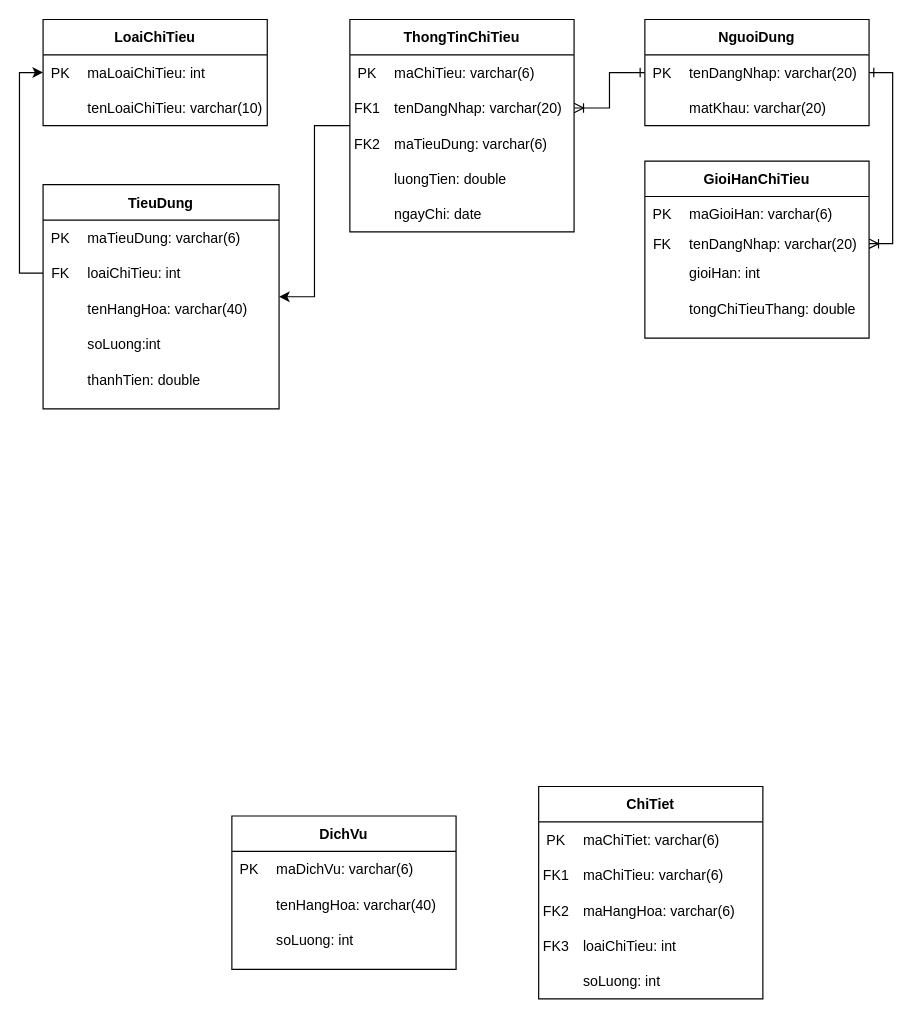
The draw.io diagram Diagrams/ERD.drawio in AkallHuynh/IS216.L21.HTCL-Java, before the edit. Source tidied: cells renumbered, new cells numbered last; positions are measured from the earlier drawing's top-left corner, leaving out a move shared by most shapes. Both pictures are drawn from the tidied source at 118%, with x=0, y=0 at pixel (19, 19).
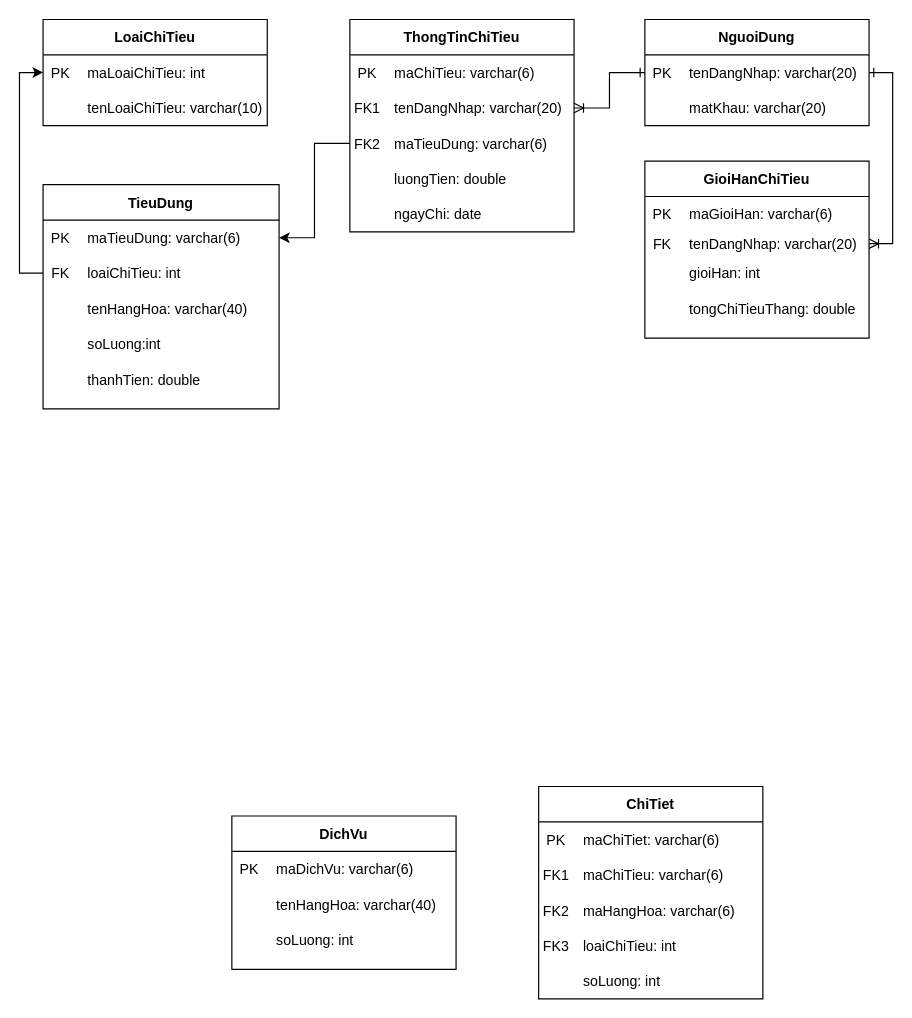
Above is the later version.

The change refers to these unchanged cells:
```xml
<mxCell id="3" value="ThongTinChiTieu" style="swimlane;fontStyle=1;horizontal=1;startSize=30;fillColor=#ffffff;swimlaneFillColor=#ffffff;" parent="1" vertex="1">
  <mxGeometry x="280" width="190" height="180" as="geometry" />
</mxCell>
<mxCell id="11" style="shape=partialRectangle;fillColor=none;top=0;left=0;bottom=0;right=0;points=[[0,0.5],[1,0.5]];portConstraint=eastwest;" parent="4" vertex="1">
  <mxGeometry y="60" width="190" height="30" as="geometry" />
</mxCell>
<mxCell id="34" value="TieuDung" style="swimlane;fontStyle=1;horizontal=1;startSize=30;fillColor=#ffffff;swimlaneFillColor=#ffffff;" parent="1" vertex="1">
  <mxGeometry x="20" y="140" width="200" height="190" as="geometry" />
</mxCell>
<mxCell id="36" style="shape=partialRectangle;fillColor=none;top=0;left=0;bottom=0;right=0;points=[[0,0.5],[1,0.5]];portConstraint=eastwest;" parent="35" vertex="1">
  <mxGeometry width="200" height="30" as="geometry" />
</mxCell>
```

Change to the diagram source:
```diff
@@
-    <mxCell id="2" style="edgeStyle=orthogonalEdgeStyle;rounded=0;jettySize=auto;html=1;" parent="1" edge="1" source="3" target="34">
-      <mxGeometry relative="1" as="geometry" />
+    <mxCell id="2" style="edgeStyle=orthogonalEdgeStyle;rounded=0;jettySize=auto;html=1;exitX=0;exitY=0.5;exitDx=0;exitDy=0;entryX=1;entryY=0.5;entryDx=0;entryDy=0;" parent="1" edge="1" source="11" target="36">
+      <mxGeometry relative="1" as="geometry">
+        <Array as="points">
+          <mxPoint x="250" y="105" />
+          <mxPoint x="250" y="185" />
+        </Array>
+      </mxGeometry>
     </mxCell>
```
